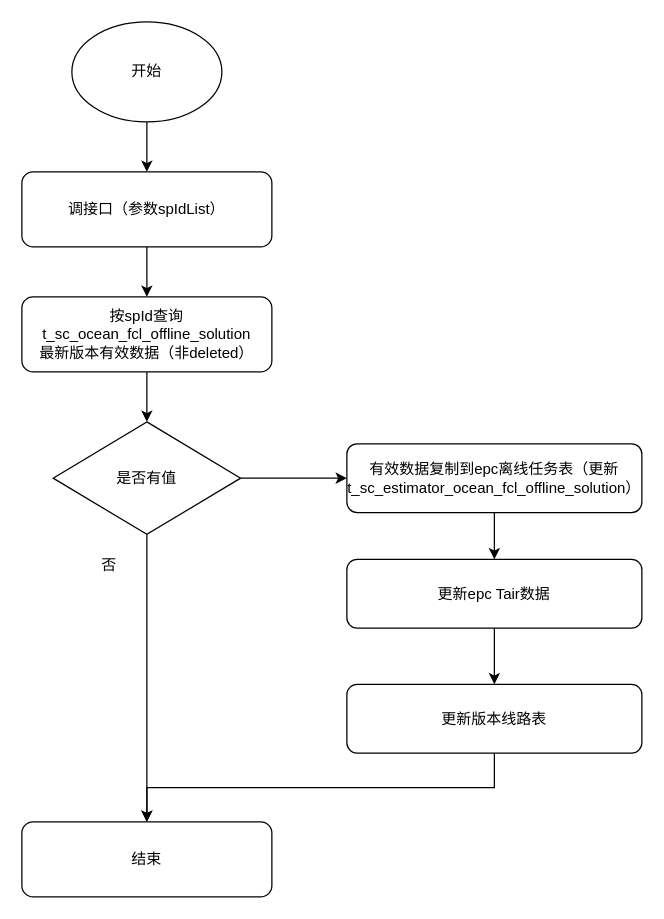
This is 估价器买家海整新增服务商.drawio from heyrry/hello, a draw.io file, before an edit. Source tidied: cells renumbered, new cells numbered last; positions are measured from the earlier drawing's top-left corner, leaving out a move shared by most shapes. Both pictures are drawn from the tidied source at 125%, with x=0, y=0 at pixel (21, 21).
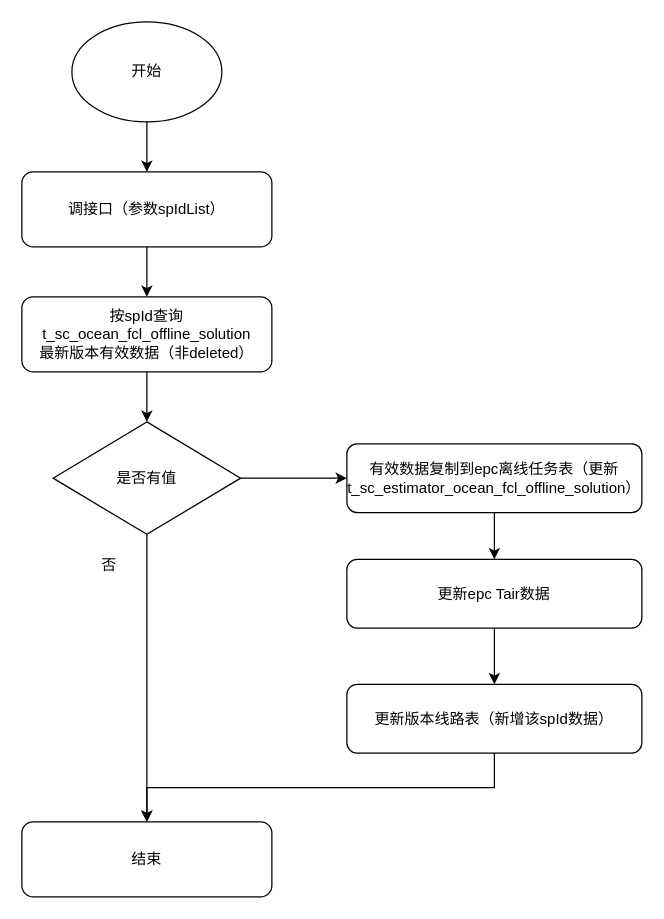
After the change.

Commit message:
更新估价器买家海整新增服务商.drawio

Diff of the diagram source:
```diff
@@
 <mxGraphModel>
   <root>
     <mxCell id="0" />
     <mxCell id="1" parent="0" />
     <mxCell id="2" style="edgeStyle=orthogonalEdgeStyle;rounded=0;jettySize=auto;html=1;entryX=0.5;entryY=0;entryDx=0;entryDy=0;" parent="1" edge="1" source="3" target="5">
       <mxGeometry relative="1" as="geometry" />
     </mxCell>
     <mxCell id="3" value="开始" style="ellipse;whiteSpace=wrap;html=1;fillColor=none;" parent="1" vertex="1">
       <mxGeometry x="40" width="120" height="80" as="geometry" />
     </mxCell>
     <mxCell id="4" style="edgeStyle=orthogonalEdgeStyle;rounded=0;jettySize=auto;html=1;exitX=0.5;exitY=1;exitDx=0;exitDy=0;entryX=0.5;entryY=0;entryDx=0;entryDy=0;" parent="1" edge="1" source="5" target="7">
       <mxGeometry relative="1" as="geometry" />
     </mxCell>
     <mxCell id="5" value="调接口（参数spIdList）" style="rounded=1;whiteSpace=wrap;html=1;fillColor=none;" parent="1" vertex="1">
       <mxGeometry y="120" width="200" height="60" as="geometry" />
     </mxCell>
     <mxCell id="6" style="edgeStyle=orthogonalEdgeStyle;rounded=0;jettySize=auto;html=1;exitX=0.5;exitY=1;exitDx=0;exitDy=0;" parent="1" edge="1" source="7" target="10">
       <mxGeometry relative="1" as="geometry" />
     </mxCell>
     <mxCell id="7" value="按spId查询&lt;br&gt;t_sc_ocean_fcl_offline_solution&lt;div&gt;最新版本有效数据（非deleted）&lt;/div&gt;" style="rounded=1;whiteSpace=wrap;html=1;fillColor=none;" parent="1" vertex="1">
       <mxGeometry y="220" width="200" height="60" as="geometry" />
     </mxCell>
     <mxCell id="8" style="edgeStyle=orthogonalEdgeStyle;rounded=0;jettySize=auto;html=1;exitX=0.5;exitY=1;exitDx=0;exitDy=0;entryX=0.5;entryY=0;entryDx=0;entryDy=0;" parent="1" edge="1" source="10" target="11">
       <mxGeometry relative="1" as="geometry" />
     </mxCell>
     <mxCell id="9" style="edgeStyle=orthogonalEdgeStyle;rounded=0;jettySize=auto;html=1;exitX=1;exitY=0.5;exitDx=0;exitDy=0;entryX=0;entryY=0.5;entryDx=0;entryDy=0;" parent="1" edge="1" source="10" target="14">
       <mxGeometry relative="1" as="geometry" />
     </mxCell>
     <mxCell id="10" value="是否有值" style="rhombus;whiteSpace=wrap;html=1;fillColor=none;" parent="1" vertex="1">
       <mxGeometry x="25" y="320" width="150" height="90" as="geometry" />
     </mxCell>
     <mxCell id="11" value="结束" style="rounded=1;whiteSpace=wrap;html=1;fillColor=none;" parent="1" vertex="1">
       <mxGeometry y="640" width="200" height="60" as="geometry" />
     </mxCell>
     <mxCell id="12" value="否" style="text;html=1;align=center;verticalAlign=middle;whiteSpace=wrap;rounded=0;" parent="1" vertex="1">
       <mxGeometry x="40" y="420" width="60" height="30" as="geometry" />
     </mxCell>
     <mxCell id="13" style="edgeStyle=orthogonalEdgeStyle;rounded=0;jettySize=auto;html=1;exitX=0.5;exitY=1;exitDx=0;exitDy=0;entryX=0.5;entryY=0;entryDx=0;entryDy=0;" parent="1" edge="1" source="14" target="16">
       <mxGeometry relative="1" as="geometry" />
     </mxCell>
     <mxCell id="14" value="有效数据复制到epc离线任务表（更新&lt;br&gt;t_sc_estimator_ocean_fcl_offline_solution）" style="rounded=1;whiteSpace=wrap;html=1;fillColor=none;" parent="1" vertex="1">
       <mxGeometry x="260" y="337.5" width="236" height="55" as="geometry" />
     </mxCell>
     <mxCell id="15" style="edgeStyle=orthogonalEdgeStyle;rounded=0;jettySize=auto;html=1;exitX=0.5;exitY=1;exitDx=0;exitDy=0;entryX=0.5;entryY=0;entryDx=0;entryDy=0;" parent="1" edge="1" source="16" target="18">
       <mxGeometry relative="1" as="geometry" />
     </mxCell>
     <mxCell id="16" value="更新epc Tair数据" style="rounded=1;whiteSpace=wrap;html=1;fillColor=none;" parent="1" vertex="1">
       <mxGeometry x="260" y="430" width="236" height="55" as="geometry" />
     </mxCell>
     <mxCell id="17" style="edgeStyle=orthogonalEdgeStyle;rounded=0;jettySize=auto;html=1;exitX=0.5;exitY=1;exitDx=0;exitDy=0;entryX=0.5;entryY=0;entryDx=0;entryDy=0;" parent="1" edge="1" source="18" target="11">
       <mxGeometry relative="1" as="geometry" />
     </mxCell>
-    <mxCell id="18" value="更新版本线路表" style="rounded=1;whiteSpace=wrap;html=1;fillColor=none;" parent="1" vertex="1">
+    <mxCell id="18" value="更新版本线路表（新增该spId数据）" style="rounded=1;whiteSpace=wrap;html=1;fillColor=none;" parent="1" vertex="1">
       <mxGeometry x="260" y="530" width="236" height="55" as="geometry" />
     </mxCell>
   </root>
 </mxGraphModel>
```
